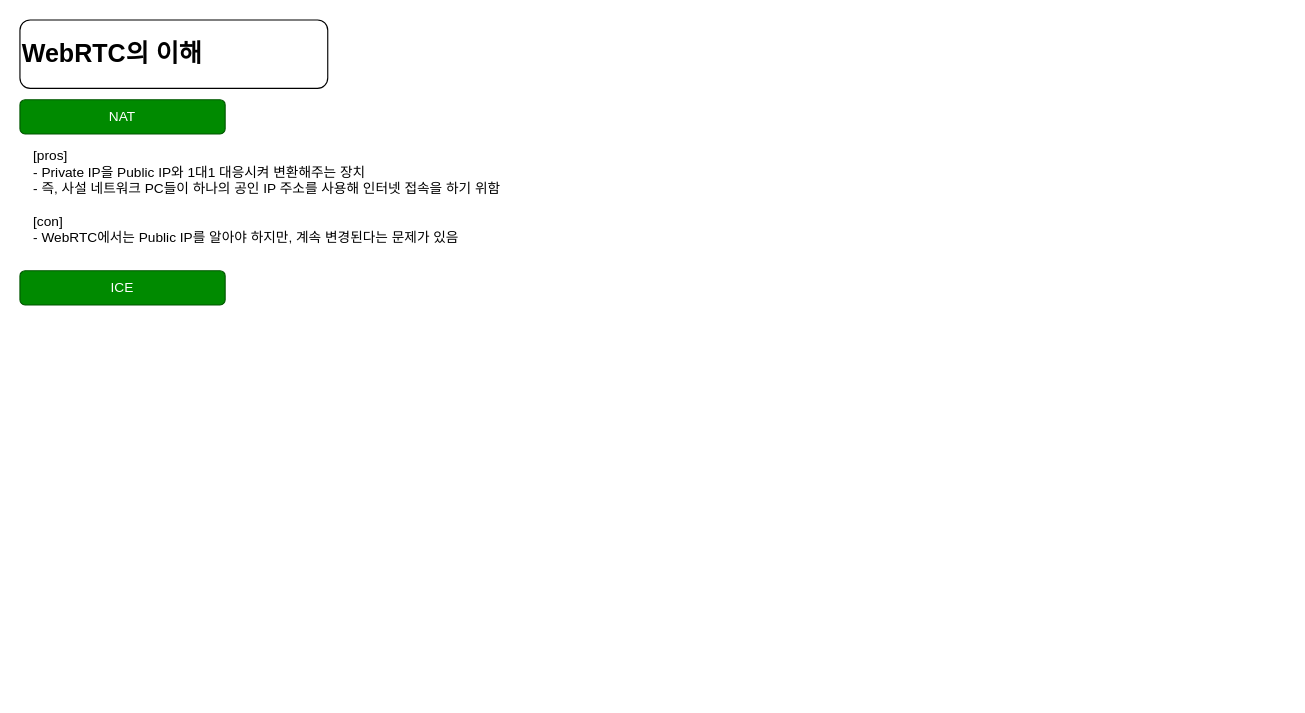
Before: 제목 없는 다이어그램.drawio in jdragon96/documents, a draw.io diagram. Source tidied: cells renumbered, new cells numbered last; positions are measured from the earlier drawing's top-left corner, leaving out a move shared by most shapes. Both pictures are drawn from the tidied source at 114%, with x=0, y=0 at pixel (19, 19).
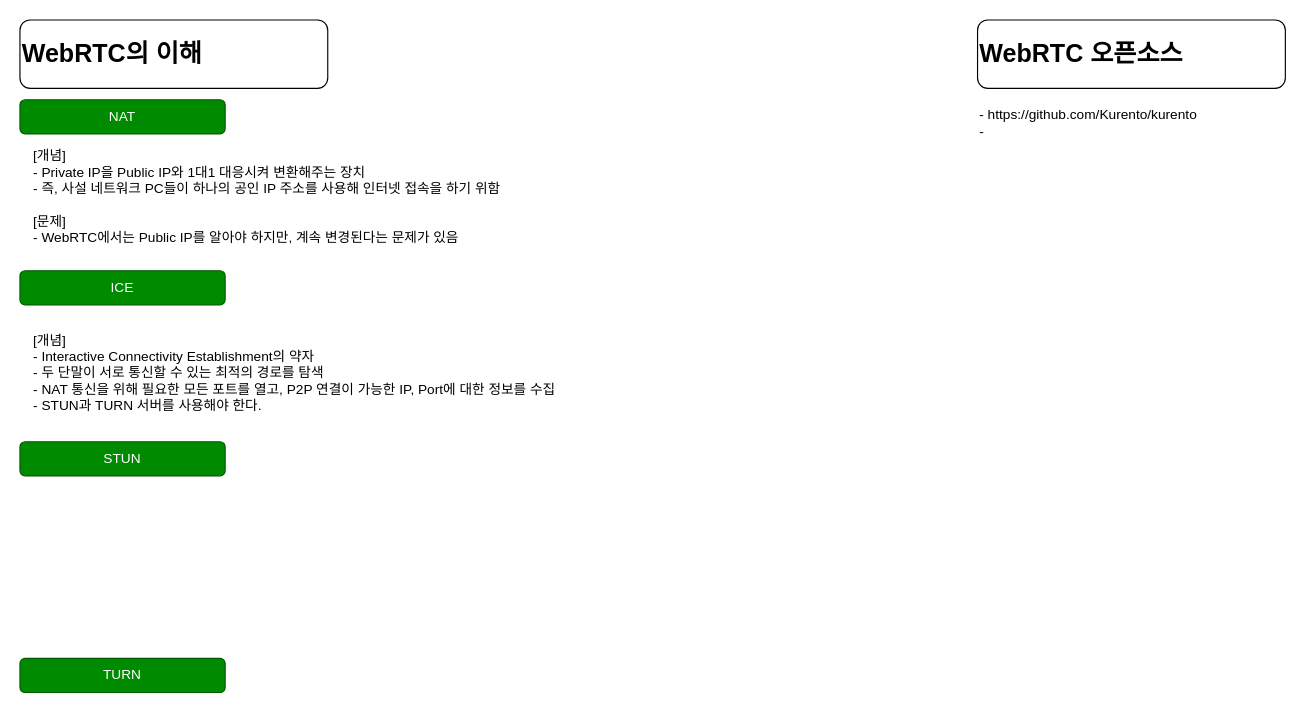
The same page after the edit.

Commit message (it also covers changes not shown here):
제목 없는 다이어그램.drawio 업데이트

Diff of the diagram source:
```diff
@@
 <mxGraphModel>
   <root>
     <mxCell id="0" />
     <mxCell id="1" parent="0" />
     <mxCell id="2" value="WebRTC의 이해" style="rounded=1;whiteSpace=wrap;html=1;align=left;fontStyle=1;fontSize=22;" parent="1" vertex="1">
       <mxGeometry width="270" height="60" as="geometry" />
     </mxCell>
     <mxCell id="3" value="NAT" style="rounded=1;whiteSpace=wrap;html=1;fillColor=#008a00;fontColor=#ffffff;strokeColor=#005700;" parent="1" vertex="1">
       <mxGeometry y="70" width="180" height="30" as="geometry" />
     </mxCell>
     <mxCell id="4" value="ICE" style="rounded=1;whiteSpace=wrap;html=1;fillColor=#008a00;fontColor=#ffffff;strokeColor=#005700;" parent="1" vertex="1">
       <mxGeometry y="220" width="180" height="30" as="geometry" />
     </mxCell>
-    <mxCell id="5" value="&lt;div style=&quot;&quot;&gt;&lt;span style=&quot;background-color: initial;&quot;&gt;[pros]&lt;/span&gt;&lt;/div&gt;&lt;div style=&quot;&quot;&gt;&lt;span style=&quot;background-color: initial;&quot;&gt;- Private IP을 Public IP와 1대1 대응시켜 변환해주는 장치&lt;/span&gt;&lt;/div&gt;&lt;div style=&quot;&quot;&gt;- 즉, 사설 네트워크 PC들이 하나의 공인 IP 주소를 사용해 인터넷 접속을 하기 위함&lt;/div&gt;&lt;div style=&quot;&quot;&gt;&lt;br&gt;&lt;/div&gt;&lt;div style=&quot;&quot;&gt;[con]&lt;/div&gt;&lt;div style=&quot;&quot;&gt;- WebRTC에서는 Public IP를 알아야 하지만, 계속 변경된다는 문제가 있음&lt;/div&gt;" style="text;html=1;align=left;verticalAlign=middle;strokeColor=none;fillColor=none;" parent="1" vertex="1">
+    <mxCell id="5" value="&lt;div style=&quot;&quot;&gt;&lt;span style=&quot;background-color: initial;&quot;&gt;[개념]&lt;/span&gt;&lt;/div&gt;&lt;div style=&quot;&quot;&gt;&lt;span style=&quot;background-color: initial;&quot;&gt;- Private IP을 Public IP와 1대1 대응시켜 변환해주는 장치&lt;/span&gt;&lt;/div&gt;&lt;div style=&quot;&quot;&gt;- 즉, 사설 네트워크 PC들이 하나의 공인 IP 주소를 사용해 인터넷 접속을 하기 위함&lt;/div&gt;&lt;div style=&quot;&quot;&gt;&lt;br&gt;&lt;/div&gt;&lt;div style=&quot;&quot;&gt;[문제]&lt;/div&gt;&lt;div style=&quot;&quot;&gt;- WebRTC에서는 Public IP를 알아야 하지만, 계속 변경된다는 문제가 있음&lt;/div&gt;" style="text;html=1;align=left;verticalAlign=middle;strokeColor=none;fillColor=none;" parent="1" vertex="1">
       <mxGeometry x="10" y="105" width="460" height="100" as="geometry" />
     </mxCell>
+    <mxCell id="6" value="&lt;div style=&quot;&quot;&gt;&lt;span style=&quot;background-color: initial;&quot;&gt;[개념]&lt;/span&gt;&lt;/div&gt;&lt;div style=&quot;&quot;&gt;- Interactive Connectivity Establishment의 약자&lt;/div&gt;- 두 단말이 서로 통신할 수 있는 최적의 경로를 탐색&lt;div style=&quot;&quot;&gt;- NAT 통신을 위해 필요한 모든 포트를 열고, P2P 연결이 가능한 IP, Port에 대한 정보를 수집&lt;/div&gt;&lt;div style=&quot;&quot;&gt;- STUN과 TURN 서버를 사용해야 한다.&lt;/div&gt;" style="text;html=1;align=left;verticalAlign=middle;strokeColor=none;fillColor=none;" parent="1" vertex="1">
+      <mxGeometry x="10" y="265" width="510" height="90" as="geometry" />
+    </mxCell>
+    <mxCell id="7" value="STUN" style="rounded=1;whiteSpace=wrap;html=1;fillColor=#008a00;fontColor=#ffffff;strokeColor=#005700;" parent="1" vertex="1">
+      <mxGeometry y="370" width="180" height="30" as="geometry" />
+    </mxCell>
+    <mxCell id="8" value="TURN" style="rounded=1;whiteSpace=wrap;html=1;fillColor=#008a00;fontColor=#ffffff;strokeColor=#005700;" parent="1" vertex="1">
+      <mxGeometry y="560" width="180" height="30" as="geometry" />
+    </mxCell>
+    <mxCell id="9" value="WebRTC 오픈소스" style="rounded=1;whiteSpace=wrap;html=1;align=left;fontStyle=1;fontSize=22;" parent="1" vertex="1">
+      <mxGeometry x="840" width="270" height="60" as="geometry" />
+    </mxCell>
+    <mxCell id="10" value="&lt;div style=&quot;&quot;&gt;-&amp;nbsp;https://github.com/Kurento/kurento&lt;/div&gt;&lt;div style=&quot;&quot;&gt;-&amp;nbsp;&lt;/div&gt;" style="text;html=1;align=left;verticalAlign=middle;strokeColor=none;fillColor=none;" parent="1" vertex="1">
+      <mxGeometry x="840" y="70" width="210" height="40" as="geometry" />
+    </mxCell>
   </root>
 </mxGraphModel>
```
